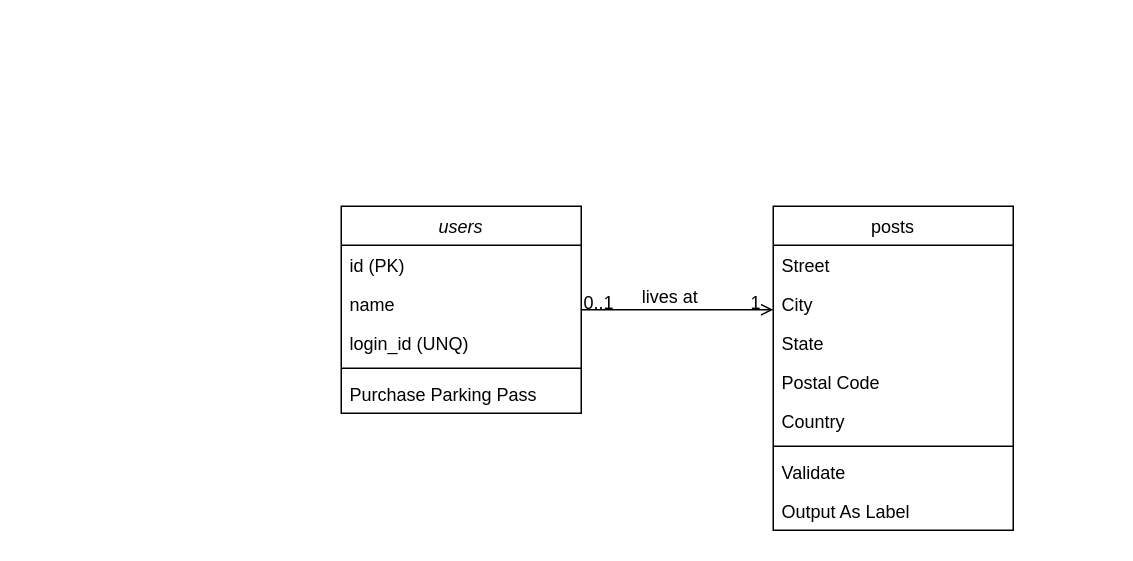
Above: 名称未設定ファイル.drawio in kaomatsu8888/PHP_web_training (draw.io), before the change. Source tidied: cells renumbered, new cells numbered last; positions are measured from the earlier drawing's top-left corner, leaving out a move shared by most shapes. Both pictures are drawn from the tidied source at 150%, with x=0, y=0 at pixel (340, 206).
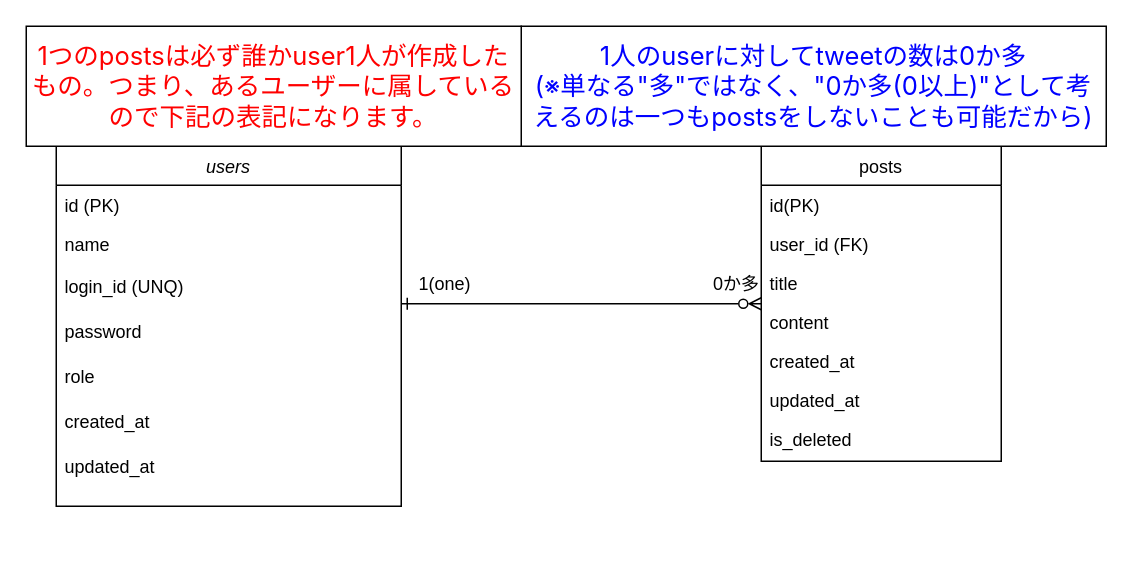
After the change.

Commit message:
名称未設定ファイル.drawio を更新します

Diff of the diagram source:
```diff
@@
     <mxCell id="2" value="users" style="swimlane;fontStyle=2;align=center;verticalAlign=top;horizontal=1;startSize=26;rounded=0;shadow=0;strokeWidth=1;" parent="1" vertex="1">
-      <mxGeometry width="160" height="138" as="geometry" />
+      <mxGeometry x="-190" y="-40" width="230" height="240" as="geometry" />
     </mxCell>
     <mxCell id="3" value="id (PK)" style="text;align=left;verticalAlign=top;spacingLeft=4;spacingRight=4;overflow=hidden;" parent="2" vertex="1">
-      <mxGeometry y="26" width="160" height="26" as="geometry" />
+      <mxGeometry y="26" width="230" height="26" as="geometry" />
     </mxCell>
     <mxCell id="4" value="name&#10;" style="text;align=left;verticalAlign=top;spacingLeft=4;spacingRight=4;overflow=hidden;rounded=0;shadow=0;html=0;" parent="2" vertex="1">
-      <mxGeometry y="52" width="160" height="26" as="geometry" />
+      <mxGeometry y="52" width="230" height="28" as="geometry" />
     </mxCell>
+    <mxCell id="21" value="login_id (UNQ)" style="text;align=left;verticalAlign=top;spacingLeft=4;spacingRight=4;overflow=hidden;rounded=0;shadow=0;html=0;" parent="2" vertex="1">
+      <mxGeometry y="80" width="230" height="30" as="geometry" />
+    </mxCell>
+    <mxCell id="22" value="password" style="text;align=left;verticalAlign=top;spacingLeft=4;spacingRight=4;overflow=hidden;rounded=0;shadow=0;html=0;" parent="2" vertex="1">
+      <mxGeometry y="110" width="230" height="30" as="geometry" />
+    </mxCell>
+    <mxCell id="23" value="role" style="text;align=left;verticalAlign=top;spacingLeft=4;spacingRight=4;overflow=hidden;rounded=0;shadow=0;html=0;" parent="2" vertex="1">
+      <mxGeometry y="140" width="230" height="30" as="geometry" />
+    </mxCell>
-    <mxCell id="5" value="login_id (UNQ)" style="text;align=left;verticalAlign=top;spacingLeft=4;spacingRight=4;overflow=hidden;rounded=0;shadow=0;html=0;" parent="2" vertex="1">
-      <mxGeometry y="78" width="160" height="26" as="geometry" />
+    <mxCell id="5" value="created_at" style="text;align=left;verticalAlign=top;spacingLeft=4;spacingRight=4;overflow=hidden;rounded=0;shadow=0;html=0;" parent="2" vertex="1">
+      <mxGeometry y="170" width="230" height="30" as="geometry" />
     </mxCell>
-    <mxCell id="6" style="line;html=1;strokeWidth=1;align=left;verticalAlign=middle;spacingTop=-1;spacingLeft=3;spacingRight=3;labelPosition=right;" parent="2" vertex="1">
-      <mxGeometry y="104" width="160" height="8" as="geometry" />
-    </mxCell>
-    <mxCell id="7" value="Purchase Parking Pass" style="text;align=left;verticalAlign=top;spacingLeft=4;spacingRight=4;overflow=hidden;" parent="2" vertex="1">
-      <mxGeometry y="112" width="160" height="26" as="geometry" />
-    </mxCell>
+    <mxCell id="24" value="updated_at" style="text;align=left;verticalAlign=top;spacingLeft=4;spacingRight=4;overflow=hidden;rounded=0;shadow=0;html=0;" parent="2" vertex="1">
+      <mxGeometry y="200" width="230" height="30" as="geometry" />
+    </mxCell>
     <mxCell id="8" value="posts" style="swimlane;fontStyle=0;align=center;verticalAlign=top;horizontal=1;startSize=26;rounded=0;shadow=0;strokeWidth=1;" parent="1" vertex="1">
-      <mxGeometry x="288" width="160" height="216" as="geometry" />
+      <mxGeometry x="280" y="-40" width="160" height="210" as="geometry" />
     </mxCell>
-    <mxCell id="9" value="Street" style="text;align=left;verticalAlign=top;spacingLeft=4;spacingRight=4;overflow=hidden;" parent="8" vertex="1">
+    <mxCell id="9" value="id(PK)" style="text;align=left;verticalAlign=top;spacingLeft=4;spacingRight=4;overflow=hidden;" parent="8" vertex="1">
       <mxGeometry y="26" width="160" height="26" as="geometry" />
     </mxCell>
-    <mxCell id="10" value="City" style="text;align=left;verticalAlign=top;spacingLeft=4;spacingRight=4;overflow=hidden;rounded=0;shadow=0;html=0;" parent="8" vertex="1">
+    <mxCell id="10" value="user_id (FK)" style="text;align=left;verticalAlign=top;spacingLeft=4;spacingRight=4;overflow=hidden;rounded=0;shadow=0;html=0;" parent="8" vertex="1">
       <mxGeometry y="52" width="160" height="26" as="geometry" />
     </mxCell>
-    <mxCell id="11" value="State" style="text;align=left;verticalAlign=top;spacingLeft=4;spacingRight=4;overflow=hidden;rounded=0;shadow=0;html=0;" parent="8" vertex="1">
+    <mxCell id="11" value="title" style="text;align=left;verticalAlign=top;spacingLeft=4;spacingRight=4;overflow=hidden;rounded=0;shadow=0;html=0;" parent="8" vertex="1">
       <mxGeometry y="78" width="160" height="26" as="geometry" />
     </mxCell>
-    <mxCell id="12" value="Postal Code" style="text;align=left;verticalAlign=top;spacingLeft=4;spacingRight=4;overflow=hidden;rounded=0;shadow=0;html=0;" parent="8" vertex="1">
+    <mxCell id="12" value="content" style="text;align=left;verticalAlign=top;spacingLeft=4;spacingRight=4;overflow=hidden;rounded=0;shadow=0;html=0;" parent="8" vertex="1">
       <mxGeometry y="104" width="160" height="26" as="geometry" />
     </mxCell>
+    <mxCell id="15" value="created_at" style="text;align=left;verticalAlign=top;spacingLeft=4;spacingRight=4;overflow=hidden;" parent="8" vertex="1">
+      <mxGeometry y="130" width="160" height="26" as="geometry" />
+    </mxCell>
+    <mxCell id="25" value="updated_at" style="text;align=left;verticalAlign=top;spacingLeft=4;spacingRight=4;overflow=hidden;" parent="8" vertex="1">
+      <mxGeometry y="156" width="160" height="26" as="geometry" />
+    </mxCell>
-    <mxCell id="13" value="Country" style="text;align=left;verticalAlign=top;spacingLeft=4;spacingRight=4;overflow=hidden;rounded=0;shadow=0;html=0;" parent="8" vertex="1">
-      <mxGeometry y="130" width="160" height="26" as="geometry" />
+    <mxCell id="13" value="is_deleted  " style="text;align=left;verticalAlign=top;spacingLeft=4;spacingRight=4;overflow=hidden;rounded=0;shadow=0;html=0;" parent="8" vertex="1">
+      <mxGeometry y="182" width="160" height="26" as="geometry" />
     </mxCell>
-    <mxCell id="14" style="line;html=1;strokeWidth=1;align=left;verticalAlign=middle;spacingTop=-1;spacingLeft=3;spacingRight=3;labelPosition=right;" parent="8" vertex="1">
-      <mxGeometry y="156" width="160" height="8" as="geometry" />
-    </mxCell>
-    <mxCell id="15" value="Validate" style="text;align=left;verticalAlign=top;spacingLeft=4;spacingRight=4;overflow=hidden;" parent="8" vertex="1">
-      <mxGeometry y="164" width="160" height="26" as="geometry" />
-    </mxCell>
-    <mxCell id="16" value="Output As Label" style="text;align=left;verticalAlign=top;spacingLeft=4;spacingRight=4;overflow=hidden;" parent="8" vertex="1">
-      <mxGeometry y="190" width="160" height="26" as="geometry" />
-    </mxCell>
-    <mxCell id="17" style="endArrow=open;shadow=0;strokeWidth=1;rounded=0;curved=0;endFill=1;edgeStyle=elbowEdgeStyle;elbow=vertical;" parent="1" edge="1" source="2" target="8">
+    <mxCell id="17" style="endArrow=ERzeroToMany;shadow=0;strokeWidth=1;rounded=0;curved=0;endFill=0;edgeStyle=elbowEdgeStyle;elbow=vertical;startArrow=ERone;startFill=0;" parent="1" edge="1" source="2" target="8">
       <mxGeometry x="0.5" y="41" relative="1" as="geometry">
         <mxPoint x="-40" y="32" as="offset" />
       </mxGeometry>
     </mxCell>
-    <mxCell id="18" value="0..1" style="align=left;verticalAlign=bottom;labelBackgroundColor=none;fontSize=12;" parent="17" vertex="1">
+    <mxCell id="18" value="1(one)" style="align=left;verticalAlign=bottom;labelBackgroundColor=none;fontSize=12;" parent="17" vertex="1">
       <mxGeometry x="-1" relative="1" as="geometry">
-        <mxPoint y="4" as="offset" />
+        <mxPoint x="10" y="-5" as="offset" />
       </mxGeometry>
     </mxCell>
-    <mxCell id="19" value="1" style="align=right;verticalAlign=bottom;labelBackgroundColor=none;fontSize=12;" parent="17" vertex="1">
+    <mxCell id="19" value="0か多" style="align=right;verticalAlign=bottom;labelBackgroundColor=none;fontSize=12;" parent="17" vertex="1">
       <mxGeometry x="1" relative="1" as="geometry">
-        <mxPoint x="-7" y="4" as="offset" />
+        <mxPoint y="-5" as="offset" />
       </mxGeometry>
     </mxCell>
-    <mxCell id="20" value="lives at" style="text;html=1;align=center;verticalAlign=middle;labelBackgroundColor=none;rounded=0;shadow=0;strokeWidth=1;fontSize=12;" parent="17" vertex="1">
-      <mxGeometry x="0.5" y="49" relative="1" as="geometry">
-        <mxPoint x="-38" y="40" as="offset" />
-      </mxGeometry>
-    </mxCell>
+    <mxCell id="26" value="&lt;span style=&quot;color: rgb(0, 0, 255); font-family: YakuHanJPs, -apple-system, BlinkMacSystemFont, &amp;quot;Segoe UI&amp;quot;, &amp;quot;Hiragino Kaku Gothic ProN&amp;quot;, &amp;quot;Hiragino Sans&amp;quot;, Meiryo, sans-serif; font-size: 17px; text-align: start; background-color: rgb(255, 255, 255);&quot;&gt;1人のuserに対してtweetの数は0か多&lt;br&gt;&lt;/span&gt;&lt;span style=&quot;color: rgb(0, 0, 255); font-family: YakuHanJPs, -apple-system, BlinkMacSystemFont, &amp;quot;Segoe UI&amp;quot;, &amp;quot;Hiragino Kaku Gothic ProN&amp;quot;, &amp;quot;Hiragino Sans&amp;quot;, Meiryo, sans-serif; font-size: 17px; text-align: start; background-color: rgb(255, 255, 255);&quot;&gt;(※単なる&quot;多&quot;ではなく、&quot;0か多(0以上)&quot;として考えるのは一つもpostsをしないことも可能だから)&lt;/span&gt;&lt;span style=&quot;color: rgb(0, 0, 255); font-family: YakuHanJPs, -apple-system, BlinkMacSystemFont, &amp;quot;Segoe UI&amp;quot;, &amp;quot;Hiragino Kaku Gothic ProN&amp;quot;, &amp;quot;Hiragino Sans&amp;quot;, Meiryo, sans-serif; font-size: 17px; text-align: start; background-color: rgb(255, 255, 255);&quot;&gt;&lt;/span&gt;" style="whiteSpace=wrap;html=1;" parent="1" vertex="1">
+      <mxGeometry x="120" y="-120" width="390" height="80" as="geometry" />
+    </mxCell>
+    <mxCell id="27" value="&lt;span style=&quot;color: rgb(255, 0, 0); font-family: YakuHanJPs, -apple-system, BlinkMacSystemFont, &amp;quot;Segoe UI&amp;quot;, &amp;quot;Hiragino Kaku Gothic ProN&amp;quot;, &amp;quot;Hiragino Sans&amp;quot;, Meiryo, sans-serif; font-size: 17px; text-align: start; background-color: rgb(255, 255, 255);&quot;&gt;1つのpostsは必ず誰かuser1人が作成したもの。つまり、あるユーザーに属しているので下記の表記になります。&lt;/span&gt;" style="whiteSpace=wrap;html=1;" parent="1" vertex="1">
+      <mxGeometry x="-210" y="-120" width="330" height="80" as="geometry" />
+    </mxCell>
```
